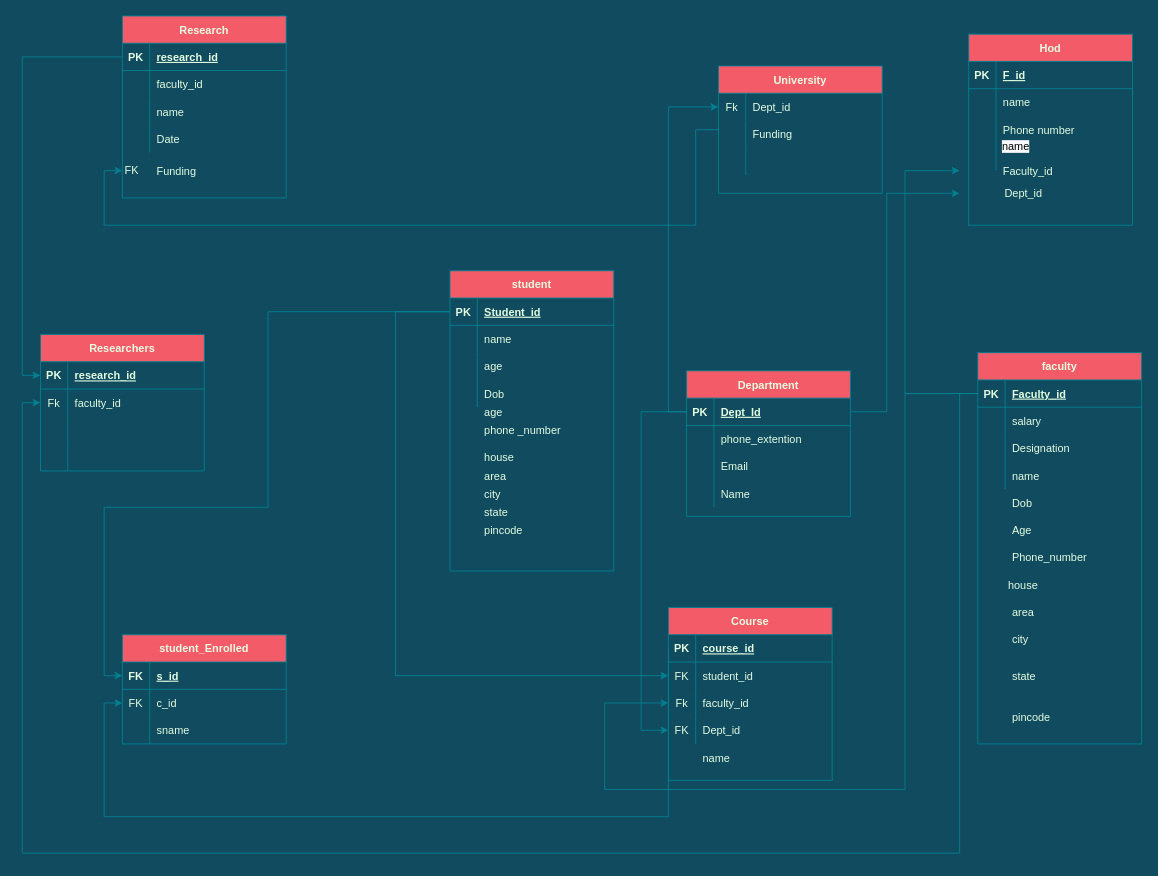
Above: Untitled Diagram.drawio in ckarandev010/DBMS-schema (draw.io), before the change. Source tidied: cells renumbered, new cells numbered last; positions are measured from the earlier drawing's top-left corner, leaving out a move shared by most shapes. Both pictures are drawn from the tidied source at 91%, with x=0, y=0 at pixel (22, 15).
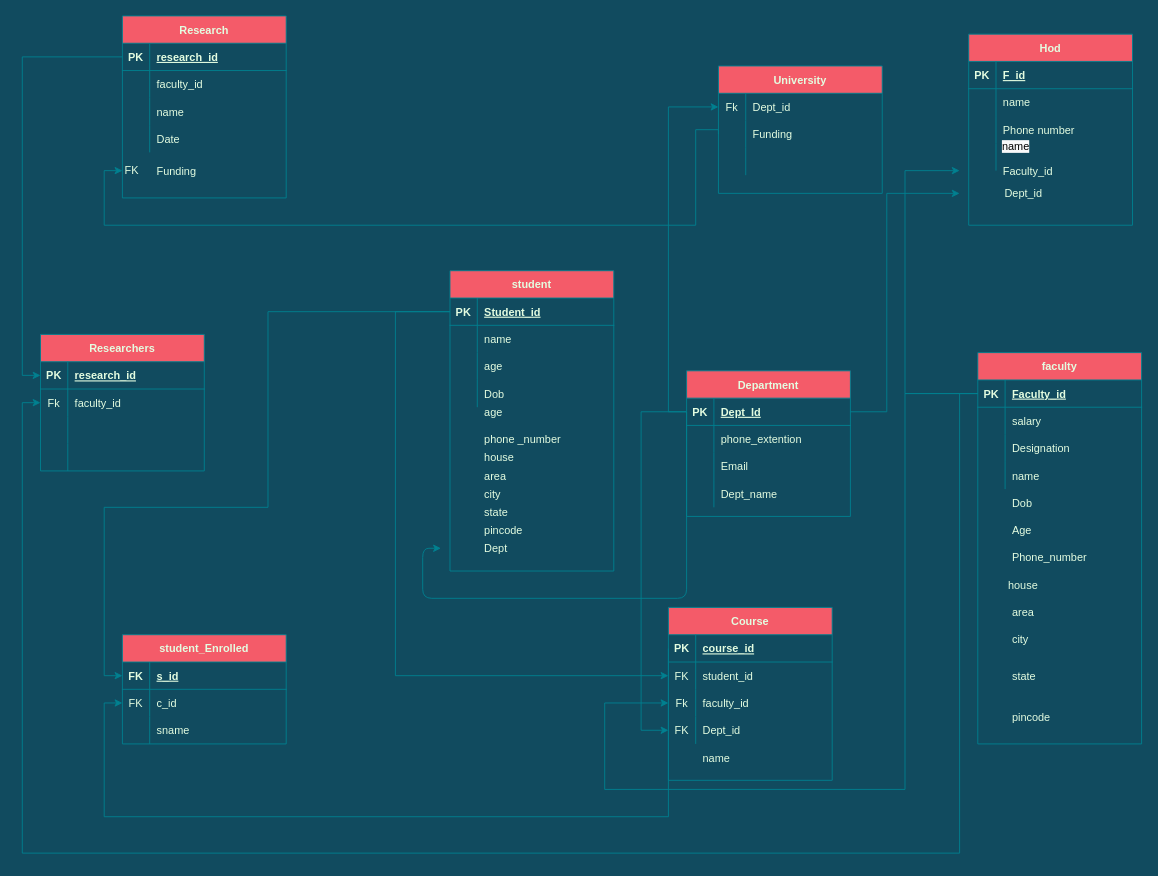
The same diagram, later.

Unchanged cells that the change refers to:
```xml
<mxCell id="57" style="shape=partialRectangle;fillColor=none;top=0;left=0;bottom=1;right=0;points=[[0,0.5],[1,0.5]];portConstraint=eastwest;strokeColor=#028090;fontColor=#E4FDE1;" parent="56" vertex="1">
  <mxGeometry y="30" width="180" height="30" as="geometry" />
</mxCell>
<mxCell id="66" style="shape=partialRectangle;fillColor=none;top=0;left=0;bottom=0;right=0;strokeColor=#028090;fontColor=#E4FDE1;" parent="56" vertex="1">
  <mxGeometry y="120" width="180" height="30" as="geometry" />
</mxCell>
```

Diff of the diagram source:
```diff
@@
     <mxCell id="50" style="shape=partialRectangle;fillColor=none;top=0;left=0;bottom=0;right=0;strokeColor=#028090;fontColor=#E4FDE1;" parent="1" vertex="1">
-      <mxGeometry x="470" y="440" width="180" height="30" as="geometry" />
+      <mxGeometry x="470" y="450" width="180" height="30" as="geometry" />
     </mxCell>
@@
-    <mxCell id="68" value="Name" style="shape=partialRectangle;fillColor=none;top=0;left=0;bottom=0;right=0;align=left;spacingLeft=6;overflow=hidden;strokeColor=#028090;fontColor=#E4FDE1;" parent="66" vertex="1">
+    <mxCell id="68" value="Dept_name" style="shape=partialRectangle;fillColor=none;top=0;left=0;bottom=0;right=0;align=left;spacingLeft=6;overflow=hidden;strokeColor=#028090;fontColor=#E4FDE1;" parent="66" vertex="1">
       <mxGeometry x="30" width="150" height="30" as="geometry" />
     </mxCell>
@@
+    <mxCell id="181" style="shape=partialRectangle;fillColor=none;top=0;left=0;bottom=0;right=0;points=[[0,0.5],[1,0.5]];portConstraint=eastwest;strokeColor=#028090;fontColor=#E4FDE1;" parent="1" vertex="1">
+      <mxGeometry x="460" y="570" width="180" height="30" as="geometry" />
+    </mxCell>
+    <mxCell id="182" style="shape=partialRectangle;fillColor=none;top=0;left=0;bottom=0;right=0;overflow=hidden;strokeColor=#028090;fontColor=#E4FDE1;" parent="181" vertex="1">
+      <mxGeometry width="30" height="30" as="geometry" />
+    </mxCell>
+    <mxCell id="183" value="Dept" style="shape=partialRectangle;fillColor=none;top=0;left=0;bottom=0;right=0;align=left;spacingLeft=6;overflow=hidden;strokeColor=#028090;fontColor=#E4FDE1;" parent="181" vertex="1">
+      <mxGeometry x="40" width="150" height="30" as="geometry" />
+    </mxCell>
+    <mxCell id="184" style="edgeStyle=orthogonalEdgeStyle;curved=0;rounded=1;sketch=0;jettySize=auto;html=1;exitX=0;exitY=0.5;exitDx=0;exitDy=0;entryX=0;entryY=0.5;entryDx=0;entryDy=0;fontColor=#E4FDE1;strokeColor=#028090;fillColor=#F45B69;" parent="1" edge="1" source="57" target="181">
+      <mxGeometry relative="1" as="geometry">
+        <Array as="points">
+          <mxPoint x="730" y="640" />
+          <mxPoint x="440" y="640" />
+          <mxPoint x="440" y="585" />
+        </Array>
+      </mxGeometry>
+    </mxCell>
```
